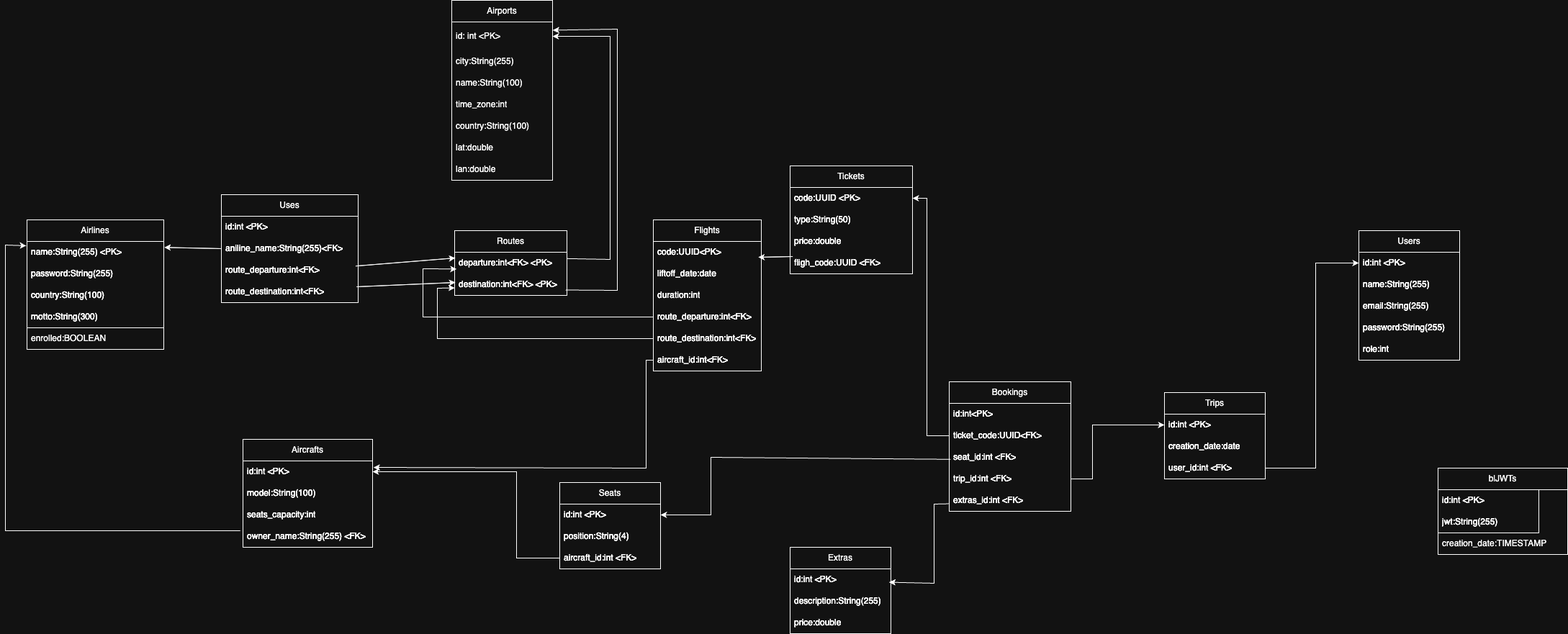
This is backend/database/TAWdb.drawio.png from CunioloRaffaele/TAW, a draw.io export, as it was before one commit. Source tidied: cells renumbered, new cells last; positions are measured from the earlier drawing's top-left corner, leaving out a move shared by most shapes.
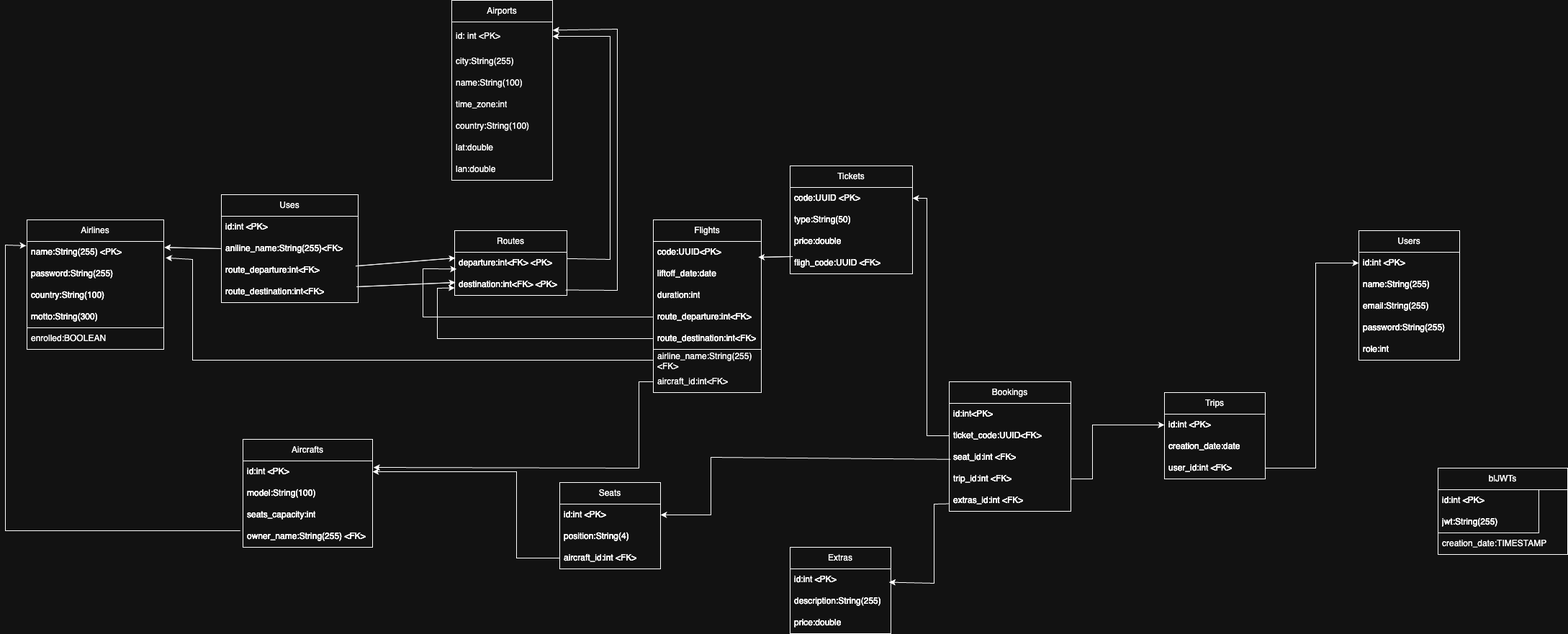
After the change.

Change to the diagram source:
```diff
@@ -60,7 +60,7 @@
       <mxGeometry y="120" width="170" height="30" as="geometry" />
     </mxCell>
     <mxCell id="21" value="Flights" style="swimlane;fontStyle=0;horizontal=1;startSize=30;whiteSpace=wrap;html=1;" parent="1" vertex="1">
-      <mxGeometry x="900" y="305" width="150" height="210" as="geometry" />
+      <mxGeometry x="900" y="305" width="150" height="240" as="geometry" />
     </mxCell>
     <mxCell id="22" value="code:UUID&amp;lt;PK&amp;gt;" style="text;strokeColor=none;fillColor=none;align=left;verticalAlign=middle;spacingLeft=4;spacingRight=4;overflow=hidden;points=[[0,0.5],[1,0.5]];portConstraint=eastwest;whiteSpace=wrap;html=1;" parent="21" vertex="1">
       <mxGeometry y="30" width="150" height="30" as="geometry" />
@@ -77,9 +77,12 @@
     <mxCell id="26" value="route_destination:int&amp;lt;FK&amp;gt;" style="text;strokeColor=none;fillColor=none;align=left;verticalAlign=middle;spacingLeft=4;spacingRight=4;overflow=hidden;points=[[0,0.5],[1,0.5]];portConstraint=eastwest;whiteSpace=wrap;html=1;" parent="21" vertex="1">
       <mxGeometry y="150" width="150" height="30" as="geometry" />
     </mxCell>
-    <mxCell id="27" value="aircraft_id:int&amp;lt;FK&amp;gt;" style="text;strokeColor=none;fillColor=none;align=left;verticalAlign=middle;spacingLeft=4;spacingRight=4;overflow=hidden;points=[[0,0.5],[1,0.5]];portConstraint=eastwest;whiteSpace=wrap;html=1;" parent="21" vertex="1">
+    <mxCell id="27" value="airline_name:String(255)&amp;lt;FK&amp;gt;" style="text;strokeColor=none;fillColor=none;align=left;verticalAlign=middle;spacingLeft=4;spacingRight=4;overflow=hidden;points=[[0,0.5],[1,0.5]];portConstraint=eastwest;whiteSpace=wrap;html=1;" parent="21" vertex="1">
       <mxGeometry y="180" width="150" height="30" as="geometry" />
     </mxCell>
+    <mxCell id="107" value="aircraft_id:int&amp;lt;FK&amp;gt;" style="text;strokeColor=none;fillColor=none;align=left;verticalAlign=middle;spacingLeft=4;spacingRight=4;overflow=hidden;points=[[0,0.5],[1,0.5]];portConstraint=eastwest;whiteSpace=wrap;html=1;" parent="21" vertex="1">
+      <mxGeometry y="210" width="150" height="30" as="geometry" />
+    </mxCell>
     <mxCell id="28" value="Trips" style="swimlane;fontStyle=0;horizontal=1;startSize=30;whiteSpace=wrap;html=1;" parent="1" vertex="1">
       <mxGeometry x="1610" y="545" width="140" height="120" as="geometry" />
     </mxCell>
@@ -147,14 +150,6 @@
         </Array>
       </mxGeometry>
     </mxCell>
-    <mxCell id="47" style="endArrow=classic;html=1;rounded=0;exitX=0;exitY=0.5;exitDx=0;exitDy=0;entryX=1.007;entryY=0.3;entryDx=0;entryDy=0;entryPerimeter=0;" parent="1" edge="1" source="27" target="41">
-      <mxGeometry relative="1" as="geometry">
-        <Array as="points">
-          <mxPoint x="890" y="500" />
-          <mxPoint x="890" y="650" />
-        </Array>
-      </mxGeometry>
-    </mxCell>
     <mxCell id="48" style="endArrow=classic;html=1;rounded=0;exitX=0;exitY=0.5;exitDx=0;exitDy=0;entryX=0.002;entryY=0.652;entryDx=0;entryDy=0;entryPerimeter=0;" parent="1" edge="1" source="26" target="9">
       <mxGeometry relative="1" as="geometry">
         <Array as="points">
@@ -352,7 +347,7 @@
       <mxGeometry y="220" width="140" height="30" as="geometry" />
     </mxCell>
     <mxCell id="101" value="Flights" style="swimlane;fontStyle=0;horizontal=1;startSize=30;whiteSpace=wrap;html=1;" parent="1" vertex="1">
-      <mxGeometry x="900" y="305" width="150" height="210" as="geometry" />
+      <mxGeometry x="900" y="305" width="150" height="180" as="geometry" />
     </mxCell>
     <mxCell id="102" value="code:UUID&amp;lt;PK&amp;gt;" style="text;strokeColor=none;fillColor=none;align=left;verticalAlign=middle;spacingLeft=4;spacingRight=4;overflow=hidden;points=[[0,0.5],[1,0.5]];portConstraint=eastwest;whiteSpace=wrap;html=1;" parent="101" vertex="1">
       <mxGeometry y="30" width="150" height="30" as="geometry" />
@@ -369,9 +364,6 @@
     <mxCell id="106" value="route_destination:int&amp;lt;FK&amp;gt;" style="text;strokeColor=none;fillColor=none;align=left;verticalAlign=middle;spacingLeft=4;spacingRight=4;overflow=hidden;points=[[0,0.5],[1,0.5]];portConstraint=eastwest;whiteSpace=wrap;html=1;" parent="101" vertex="1">
       <mxGeometry y="150" width="150" height="30" as="geometry" />
     </mxCell>
-    <mxCell id="107" value="aircraft_id:int&amp;lt;FK&amp;gt;" style="text;strokeColor=none;fillColor=none;align=left;verticalAlign=middle;spacingLeft=4;spacingRight=4;overflow=hidden;points=[[0,0.5],[1,0.5]];portConstraint=eastwest;whiteSpace=wrap;html=1;" parent="101" vertex="1">
-      <mxGeometry y="180" width="150" height="30" as="geometry" />
-    </mxCell>
     <mxCell id="108" value="Trips" style="swimlane;fontStyle=0;horizontal=1;startSize=30;whiteSpace=wrap;html=1;" parent="1" vertex="1">
       <mxGeometry x="1610" y="545" width="140" height="120" as="geometry" />
     </mxCell>
@@ -458,8 +450,8 @@
     <mxCell id="129" style="endArrow=classic;html=1;rounded=0;exitX=0;exitY=0.5;exitDx=0;exitDy=0;entryX=1.007;entryY=0.3;entryDx=0;entryDy=0;entryPerimeter=0;" parent="1" edge="1" source="107" target="121">
       <mxGeometry relative="1" as="geometry">
         <Array as="points">
-          <mxPoint x="890" y="500" />
-          <mxPoint x="890" y="650" />
+          <mxPoint x="880" y="530" />
+          <mxPoint x="880" y="650" />
         </Array>
       </mxGeometry>
     </mxCell>
@@ -578,5 +570,13 @@
     <mxCell id="155" value="creation_date:TIMESTAMP" style="text;strokeColor=none;fillColor=none;align=left;verticalAlign=middle;spacingLeft=4;spacingRight=4;overflow=hidden;whiteSpace=wrap;html=1;" parent="152" vertex="1">
       <mxGeometry y="90" width="180" height="30" as="geometry" />
     </mxCell>
+    <mxCell id="156" style="endArrow=classic;html=1;rounded=0;exitX=0;exitY=0.5;exitDx=0;exitDy=0;entryX=1.013;entryY=0.757;entryDx=0;entryDy=0;entryPerimeter=0;" parent="1" edge="1" source="27" target="74">
+      <mxGeometry relative="1" as="geometry">
+        <Array as="points">
+          <mxPoint x="260" y="500" />
+          <mxPoint x="260" y="360" />
+        </Array>
+      </mxGeometry>
+    </mxCell>
   </root>
 </mxGraphModel>
```
